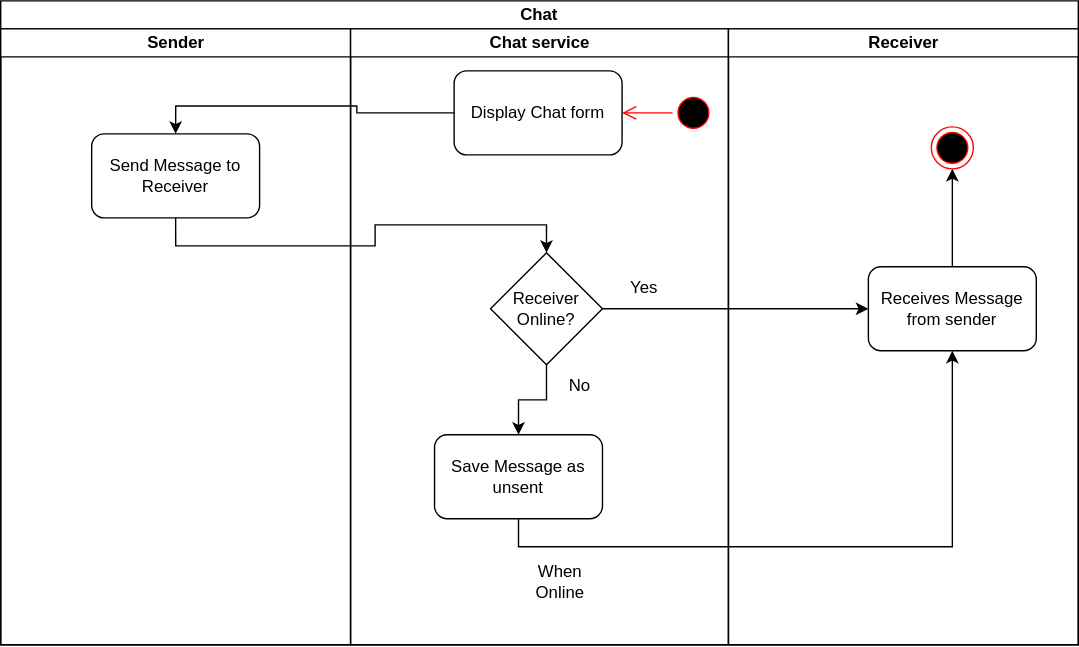
tshegofatso-motlhakane/Geeks-Chat keeps this draw.io diagram as Deliverable 1/Activity Diagrams/Chat.drawio.svg. Above is the earlier version. Source tidied: cells renumbered, new cells last; positions are measured from the earlier drawing's top-left corner, leaving out a move shared by most shapes. The source it was exported from:
```xml
<mxGraphModel>
  <root>
    <mxCell id="0" />
    <mxCell id="1" parent="0" />
    <mxCell id="2" value="Chat" style="swimlane;html=1;startSize=20;whiteSpace=wrap;" parent="1" vertex="1">
      <mxGeometry width="770" height="460" as="geometry" />
    </mxCell>
    <mxCell id="3" value="Sender" style="swimlane;html=1;startSize=20;" parent="2" vertex="1">
      <mxGeometry y="20" width="250" height="440" as="geometry" />
    </mxCell>
    <mxCell id="4" value="Send Message to Receiver" style="rounded=1;whiteSpace=wrap;html=1;" parent="3" vertex="1">
      <mxGeometry x="65" y="75" width="120" height="60" as="geometry" />
    </mxCell>
    <mxCell id="5" value="Chat service" style="swimlane;html=1;startSize=20;" parent="2" vertex="1">
      <mxGeometry x="250" y="20" width="270" height="440" as="geometry" />
    </mxCell>
    <mxCell id="6" value="Display Chat form" style="rounded=1;whiteSpace=wrap;html=1;" parent="5" vertex="1">
      <mxGeometry x="74" y="30" width="120" height="60" as="geometry" />
    </mxCell>
    <mxCell id="7" style="ellipse;html=1;shape=startState;fillColor=#000000;strokeColor=#ff0000;" parent="5" vertex="1">
      <mxGeometry x="230" y="45" width="30" height="30" as="geometry" />
    </mxCell>
    <mxCell id="8" style="edgeStyle=orthogonalEdgeStyle;html=1;verticalAlign=bottom;endArrow=open;endSize=8;strokeColor=#ff0000;rounded=0;entryX=1;entryY=0.5;entryDx=0;entryDy=0;" parent="5" edge="1" source="7" target="6">
      <mxGeometry relative="1" as="geometry" />
    </mxCell>
    <mxCell id="9" value="Receiver&lt;br&gt;Online?" style="rhombus;whiteSpace=wrap;html=1;" parent="5" vertex="1">
      <mxGeometry x="100" y="160" width="80" height="80" as="geometry" />
    </mxCell>
    <mxCell id="10" value="Save Message as unsent" style="rounded=1;whiteSpace=wrap;html=1;" parent="5" vertex="1">
      <mxGeometry x="60" y="290" width="120" height="60" as="geometry" />
    </mxCell>
    <mxCell id="11" style="edgeStyle=orthogonalEdgeStyle;rounded=0;jettySize=auto;html=1;exitX=0.5;exitY=1;exitDx=0;exitDy=0;" parent="5" edge="1" source="9" target="10">
      <mxGeometry relative="1" as="geometry" />
    </mxCell>
    <mxCell id="12" value="When Online" style="text;html=1;strokeColor=none;fillColor=none;align=center;verticalAlign=middle;whiteSpace=wrap;rounded=0;" parent="5" vertex="1">
      <mxGeometry x="120" y="380" width="60" height="30" as="geometry" />
    </mxCell>
    <mxCell id="13" value="Yes" style="text;html=1;strokeColor=none;fillColor=none;align=center;verticalAlign=middle;whiteSpace=wrap;rounded=0;" parent="5" vertex="1">
      <mxGeometry x="180" y="170" width="60" height="30" as="geometry" />
    </mxCell>
    <mxCell id="14" value="No" style="text;html=1;strokeColor=none;fillColor=none;align=center;verticalAlign=middle;whiteSpace=wrap;rounded=0;" parent="5" vertex="1">
      <mxGeometry x="134" y="240" width="60" height="30" as="geometry" />
    </mxCell>
    <mxCell id="15" value="Receiver" style="swimlane;html=1;startSize=20;" parent="2" vertex="1">
      <mxGeometry x="520" y="20" width="250" height="440" as="geometry" />
    </mxCell>
    <mxCell id="16" style="edgeStyle=orthogonalEdgeStyle;rounded=0;jettySize=auto;html=1;exitX=0.5;exitY=0;exitDx=0;exitDy=0;entryX=0.5;entryY=1;entryDx=0;entryDy=0;" parent="15" edge="1" source="17" target="18">
      <mxGeometry relative="1" as="geometry" />
    </mxCell>
    <mxCell id="17" value="Receives Message from sender" style="rounded=1;whiteSpace=wrap;html=1;" parent="15" vertex="1">
      <mxGeometry x="100" y="170" width="120" height="60" as="geometry" />
    </mxCell>
    <mxCell id="18" style="ellipse;html=1;shape=endState;fillColor=#000000;strokeColor=#ff0000;" parent="15" vertex="1">
      <mxGeometry x="145" y="70" width="30" height="30" as="geometry" />
    </mxCell>
    <mxCell id="19" style="edgeStyle=orthogonalEdgeStyle;rounded=0;jettySize=auto;html=1;exitX=0;exitY=0.5;exitDx=0;exitDy=0;entryX=0.5;entryY=0;entryDx=0;entryDy=0;" parent="2" edge="1" source="6" target="4">
      <mxGeometry relative="1" as="geometry" />
    </mxCell>
    <mxCell id="20" style="edgeStyle=orthogonalEdgeStyle;rounded=0;jettySize=auto;html=1;exitX=0.5;exitY=1;exitDx=0;exitDy=0;" parent="2" edge="1" source="4" target="9">
      <mxGeometry relative="1" as="geometry" />
    </mxCell>
    <mxCell id="21" style="edgeStyle=orthogonalEdgeStyle;rounded=0;jettySize=auto;html=1;exitX=1;exitY=0.5;exitDx=0;exitDy=0;" parent="2" edge="1" source="9" target="17">
      <mxGeometry relative="1" as="geometry" />
    </mxCell>
    <mxCell id="22" style="edgeStyle=orthogonalEdgeStyle;rounded=0;jettySize=auto;html=1;exitX=0.5;exitY=1;exitDx=0;exitDy=0;entryX=0.5;entryY=1;entryDx=0;entryDy=0;" parent="2" edge="1" source="10" target="17">
      <mxGeometry relative="1" as="geometry" />
    </mxCell>
  </root>
</mxGraphModel>
```
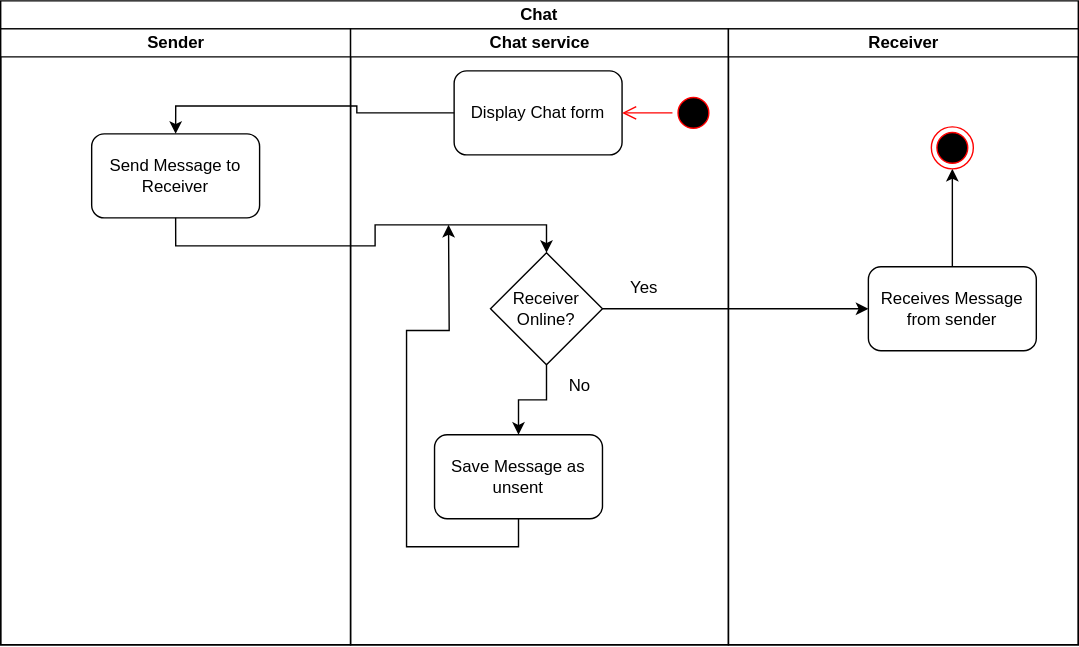
Above is the later version.

The edit, as a diff of the source:
```diff
@@ -32,9 +32,6 @@
     <mxCell id="11" style="edgeStyle=orthogonalEdgeStyle;rounded=0;jettySize=auto;html=1;exitX=0.5;exitY=1;exitDx=0;exitDy=0;" parent="5" edge="1" source="9" target="10">
       <mxGeometry relative="1" as="geometry" />
     </mxCell>
-    <mxCell id="12" value="When Online" style="text;html=1;strokeColor=none;fillColor=none;align=center;verticalAlign=middle;whiteSpace=wrap;rounded=0;" parent="5" vertex="1">
-      <mxGeometry x="120" y="380" width="60" height="30" as="geometry" />
-    </mxCell>
     <mxCell id="13" value="Yes" style="text;html=1;strokeColor=none;fillColor=none;align=center;verticalAlign=middle;whiteSpace=wrap;rounded=0;" parent="5" vertex="1">
       <mxGeometry x="180" y="170" width="60" height="30" as="geometry" />
     </mxCell>
@@ -62,8 +59,10 @@
     <mxCell id="21" style="edgeStyle=orthogonalEdgeStyle;rounded=0;jettySize=auto;html=1;exitX=1;exitY=0.5;exitDx=0;exitDy=0;" parent="2" edge="1" source="9" target="17">
       <mxGeometry relative="1" as="geometry" />
     </mxCell>
-    <mxCell id="22" style="edgeStyle=orthogonalEdgeStyle;rounded=0;jettySize=auto;html=1;exitX=0.5;exitY=1;exitDx=0;exitDy=0;entryX=0.5;entryY=1;entryDx=0;entryDy=0;" parent="2" edge="1" source="10" target="17">
-      <mxGeometry relative="1" as="geometry" />
+    <mxCell id="22" style="edgeStyle=orthogonalEdgeStyle;rounded=0;jettySize=auto;html=1;exitX=0.5;exitY=1;exitDx=0;exitDy=0;" parent="2" edge="1" source="10">
+      <mxGeometry relative="1" as="geometry">
+        <mxPoint x="320" y="160" as="targetPoint" />
+      </mxGeometry>
     </mxCell>
   </root>
 </mxGraphModel>
```
